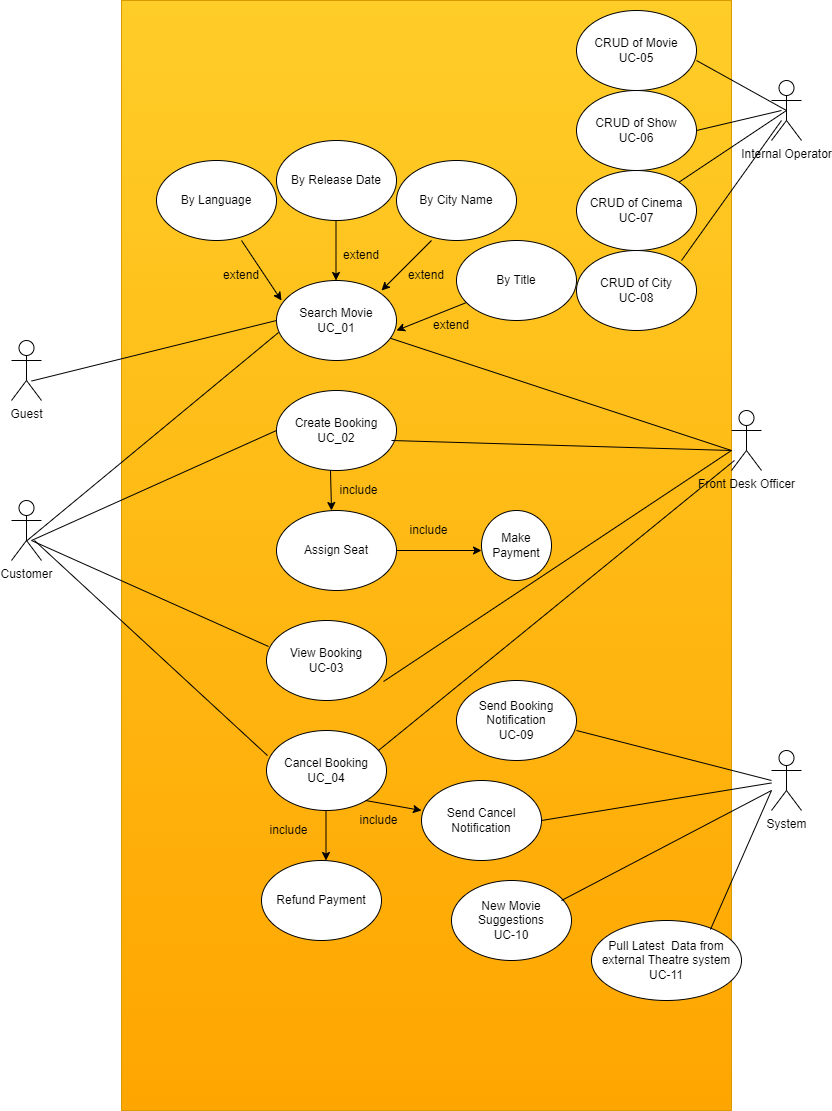
This is img/usecasediagram.png from kumprabhat/movie-ticket-booking-system, a draw.io export, as it was before one commit. Source tidied: cells renumbered, new cells last; positions are measured from the earlier drawing's top-left corner, leaving out a move shared by most shapes.
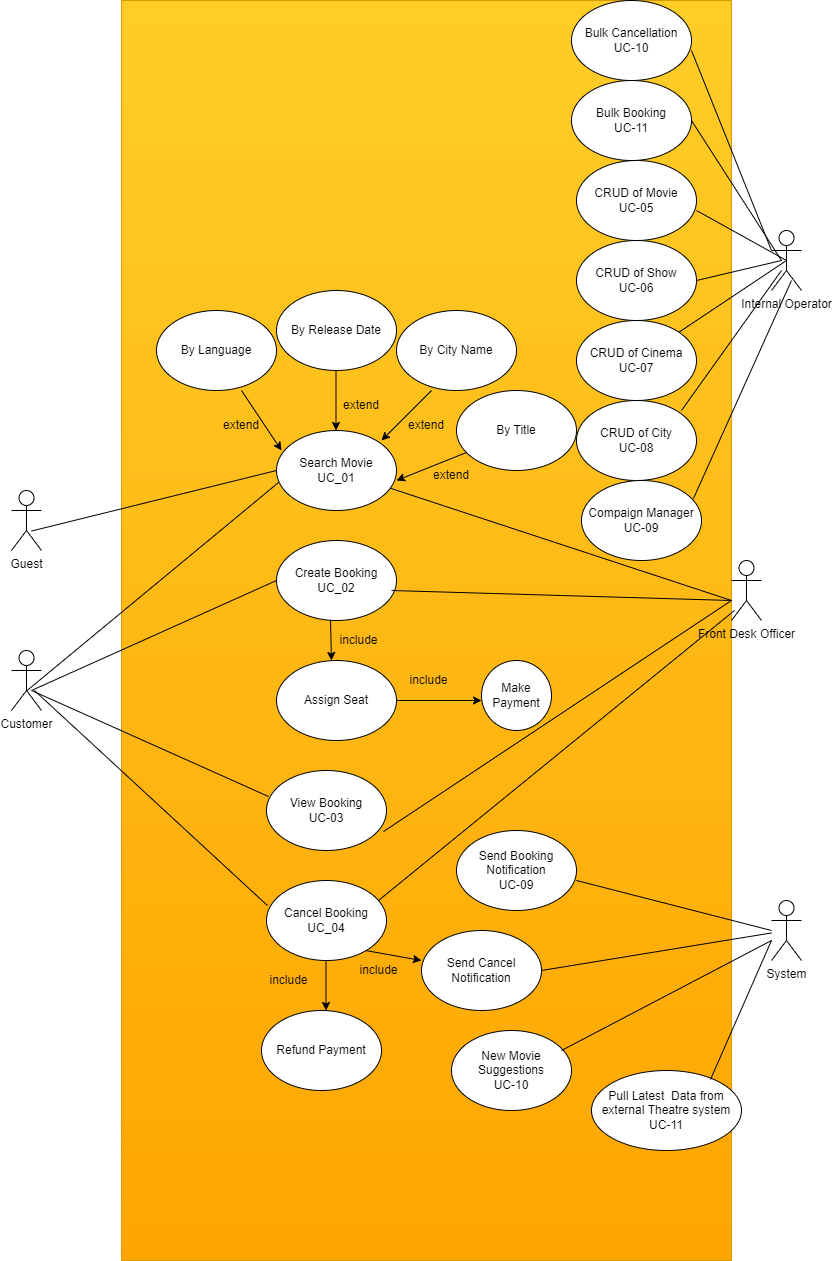
Above is the later version.

Diff of the diagram source:
```diff
@@ -3,7 +3,7 @@
     <mxCell id="0" />
     <mxCell id="1" parent="0" />
     <mxCell id="2" style="rounded=0;whiteSpace=wrap;html=1;fillColor=#ffcd28;gradientColor=#ffa500;strokeColor=#d79b00;" parent="1" vertex="1">
-      <mxGeometry x="110" width="610" height="1110" as="geometry" />
+      <mxGeometry x="110" y="-150" width="610" height="1260" as="geometry" />
     </mxCell>
     <mxCell id="3" value="Guest" style="shape=umlActor;verticalLabelPosition=bottom;verticalAlign=top;html=1;" parent="1" vertex="1">
       <mxGeometry y="340" width="30" height="60" as="geometry" />
@@ -237,5 +237,30 @@
         <mxPoint x="760" y="790" as="targetPoint" />
       </mxGeometry>
     </mxCell>
+    <mxCell id="60" value="Compaign Manager&lt;br&gt;UC-09" style="ellipse;whiteSpace=wrap;html=1;" parent="1" vertex="1">
+      <mxGeometry x="570" y="330" width="120" height="80" as="geometry" />
+    </mxCell>
+    <mxCell id="61" style="endArrow=none;html=1;rounded=0;exitX=0.933;exitY=0.225;exitDx=0;exitDy=0;exitPerimeter=0;" parent="1" edge="1" source="60">
+      <mxGeometry relative="1" as="geometry">
+        <mxPoint x="780" y="130" as="targetPoint" />
+      </mxGeometry>
+    </mxCell>
+    <mxCell id="62" value="Bulk Booking&lt;br&gt;UC-11" style="ellipse;whiteSpace=wrap;html=1;" parent="1" vertex="1">
+      <mxGeometry x="560" y="-70" width="120" height="80" as="geometry" />
+    </mxCell>
+    <mxCell id="63" value="Bulk Cancellation&lt;br&gt;UC-10" style="ellipse;whiteSpace=wrap;html=1;" parent="1" vertex="1">
+      <mxGeometry x="560" y="-150" width="120" height="80" as="geometry" />
+    </mxCell>
+    <mxCell id="64" style="endArrow=none;html=1;rounded=0;entryX=0;entryY=0.3333333333333333;entryDx=0;entryDy=0;entryPerimeter=0;" parent="1" edge="1" target="43">
+      <mxGeometry relative="1" as="geometry">
+        <mxPoint x="680" y="-100" as="sourcePoint" />
+      </mxGeometry>
+    </mxCell>
+    <mxCell id="65" style="endArrow=none;html=1;rounded=0;" parent="1" edge="1">
+      <mxGeometry relative="1" as="geometry">
+        <mxPoint x="680" y="-30" as="sourcePoint" />
+        <mxPoint x="770" y="110" as="targetPoint" />
+      </mxGeometry>
+    </mxCell>
   </root>
 </mxGraphModel>
```
